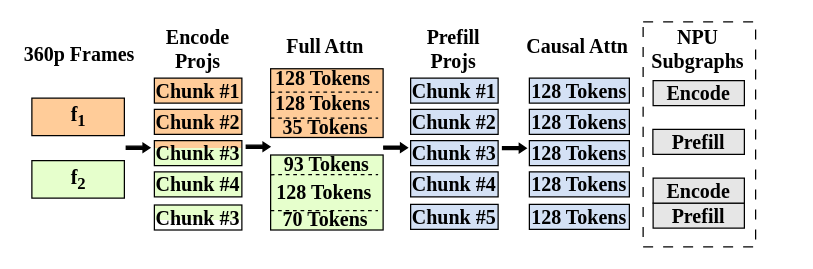
Earlier version of the draw.io diagram figures/design_graph.drawio (icszhr/hermes). Source tidied: cells renumbered, new cells numbered last; positions are measured from the earlier drawing's top-left corner, leaving out a move shared by most shapes. Both pictures are drawn from the tidied source at 125%, with x=0, y=0 at pixel (24, 21).
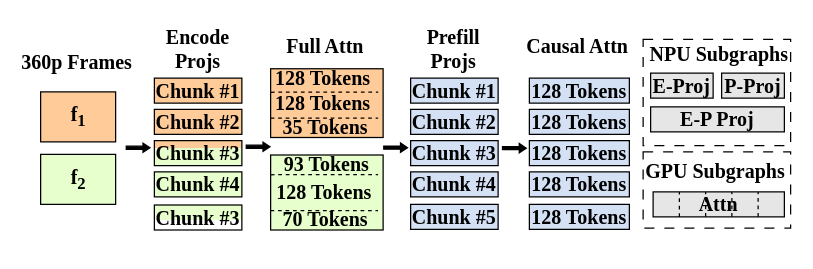
Above is the later version.

What changed in the source:
```diff
@@
     <mxCell id="2" style="rounded=0;whiteSpace=wrap;html=1;fontFamily=Times New Roman;fontSize=16;fillColor=light-dark(#ffcc99, #ededed);fontStyle=1;" parent="1" vertex="1">
-      <mxGeometry x="6" y="61" width="74" height="30" as="geometry" />
+      <mxGeometry x="13" y="56" width="60" height="40" as="geometry" />
     </mxCell>
@@
     <mxCell id="4" style="rounded=0;whiteSpace=wrap;html=1;fontFamily=Times New Roman;fontSize=16;fillColor=light-dark(#e6ffcc, #ededed);fontStyle=1;" parent="1" vertex="1">
-      <mxGeometry x="6" y="111" width="74" height="30" as="geometry" />
+      <mxGeometry x="13" y="106" width="60" height="40" as="geometry" />
     </mxCell>
@@
     <mxCell id="25" style="rounded=0;whiteSpace=wrap;html=1;fillColor=none;dashed=1;dashPattern=8 8;fontFamily=Times New Roman;fontSize=16;fontStyle=1;" parent="1" vertex="1">
-      <mxGeometry x="495" width="90" height="180" as="geometry" />
+      <mxGeometry x="495" y="14" width="118" height="85" as="geometry" />
     </mxCell>
     <mxCell id="26" value="&lt;span&gt;NPU Subgraphs&lt;/span&gt;" style="text;whiteSpace=wrap;html=1;labelBackgroundColor=none;spacing=0;spacingTop=-2;align=center;fontFamily=Times New Roman;fontSize=16;fontStyle=1;" parent="1" vertex="1">
-      <mxGeometry x="499.4" width="80" height="20" as="geometry" />
+      <mxGeometry x="499.4" y="14" width="113.6" height="20" as="geometry" />
     </mxCell>
-    <mxCell id="27" value="Encode" style="rounded=0;whiteSpace=wrap;html=1;fontFamily=Times New Roman;fillColor=#E6E6E6;fontSize=16;fontStyle=1;" parent="1" vertex="1">
-      <mxGeometry x="503" y="47" width="73" height="20" as="geometry" />
+    <mxCell id="27" value="E-Proj" style="rounded=0;whiteSpace=wrap;html=1;fontFamily=Times New Roman;fillColor=#E6E6E6;fontSize=16;fontStyle=1;" parent="1" vertex="1">
+      <mxGeometry x="501" y="41" width="50" height="20" as="geometry" />
     </mxCell>
-    <mxCell id="28" value="Prefill" style="rounded=0;whiteSpace=wrap;html=1;fontFamily=Times New Roman;fillColor=#E6E6E6;fontSize=16;fontStyle=1;" parent="1" vertex="1">
-      <mxGeometry x="502.8" y="86" width="73.2" height="20" as="geometry" />
+    <mxCell id="28" value="P-Proj" style="rounded=0;whiteSpace=wrap;html=1;fontFamily=Times New Roman;fillColor=#E6E6E6;fontSize=16;fontStyle=1;" parent="1" vertex="1">
+      <mxGeometry x="557.8" y="41" width="50.2" height="20" as="geometry" />
     </mxCell>
-    <mxCell id="29" value="Prefill" style="rounded=0;whiteSpace=wrap;html=1;fontFamily=Times New Roman;fillColor=#E6E6E6;fontSize=16;fontStyle=1;" parent="1" vertex="1">
-      <mxGeometry x="503" y="145" width="73" height="20" as="geometry" />
-    </mxCell>
-    <mxCell id="30" value="Encode" style="rounded=0;whiteSpace=wrap;html=1;fontFamily=Times New Roman;fillColor=#E6E6E6;fontSize=16;fontStyle=1;" parent="1" vertex="1">
-      <mxGeometry x="503" y="125" width="73" height="20" as="geometry" />
+    <mxCell id="30" value="E-P Proj" style="rounded=0;whiteSpace=wrap;html=1;fontFamily=Times New Roman;fillColor=#E6E6E6;fontSize=16;fontStyle=1;" parent="1" vertex="1">
+      <mxGeometry x="501" y="68" width="107" height="20" as="geometry" />
     </mxCell>
     <mxCell id="31" value="&lt;span style=&quot;text-align: center;&quot;&gt;360p Frames&lt;/span&gt;" style="text;whiteSpace=wrap;html=1;labelBackgroundColor=none;spacing=0;spacingTop=-2;fontFamily=Times New Roman;fontSize=16;fontStyle=1;" parent="1" vertex="1">
-      <mxGeometry y="14" width="91" height="20" as="geometry" />
+      <mxGeometry x="-2.5" y="20" width="91" height="20" as="geometry" />
     </mxCell>
@@
+    <mxCell id="51" style="rounded=0;whiteSpace=wrap;html=1;fillColor=none;dashed=1;dashPattern=8 8;fontFamily=Times New Roman;fontSize=16;fontStyle=1;" parent="1" vertex="1">
+      <mxGeometry x="495" y="104" width="118" height="61" as="geometry" />
+    </mxCell>
+    <mxCell id="52" value="&lt;span&gt;GPU Subgraphs&lt;/span&gt;" style="text;whiteSpace=wrap;html=1;labelBackgroundColor=none;spacing=0;spacingTop=-2;align=center;fontFamily=Times New Roman;fontSize=16;fontStyle=1;" parent="1" vertex="1">
+      <mxGeometry x="496.1" y="106.5" width="113.6" height="20" as="geometry" />
+    </mxCell>
+    <mxCell id="53" value="Attn" style="rounded=0;whiteSpace=wrap;html=1;fontFamily=Times New Roman;fillColor=#E6E6E6;fontSize=16;fontStyle=1;" parent="1" vertex="1">
+      <mxGeometry x="503" y="136" width="105" height="20" as="geometry" />
+    </mxCell>
+    <mxCell id="54" style="endArrow=none;dashed=1;html=1;rounded=0;exitX=0.221;exitY=0.946;exitDx=0;exitDy=0;exitPerimeter=0;" parent="1" edge="1">
+      <mxGeometry relative="1" as="geometry">
+        <mxPoint x="524" y="156" as="sourcePoint" />
+        <mxPoint x="524" y="136.1" as="targetPoint" />
+      </mxGeometry>
+    </mxCell>
+    <mxCell id="55" style="endArrow=none;dashed=1;html=1;rounded=0;exitX=0.221;exitY=0.946;exitDx=0;exitDy=0;exitPerimeter=0;" parent="1" edge="1">
+      <mxGeometry relative="1" as="geometry">
+        <mxPoint x="545" y="155.9" as="sourcePoint" />
+        <mxPoint x="545" y="136" as="targetPoint" />
+      </mxGeometry>
+    </mxCell>
+    <mxCell id="56" style="endArrow=none;dashed=1;html=1;rounded=0;exitX=0.221;exitY=0.946;exitDx=0;exitDy=0;exitPerimeter=0;" parent="1" edge="1">
+      <mxGeometry relative="1" as="geometry">
+        <mxPoint x="587" y="155.9" as="sourcePoint" />
+        <mxPoint x="587" y="136" as="targetPoint" />
+      </mxGeometry>
+    </mxCell>
+    <mxCell id="57" style="endArrow=none;dashed=1;html=1;rounded=0;exitX=0.221;exitY=0.946;exitDx=0;exitDy=0;exitPerimeter=0;" parent="1" edge="1">
+      <mxGeometry relative="1" as="geometry">
+        <mxPoint x="566" y="155.9" as="sourcePoint" />
+        <mxPoint x="566" y="136" as="targetPoint" />
+      </mxGeometry>
+    </mxCell>
```
